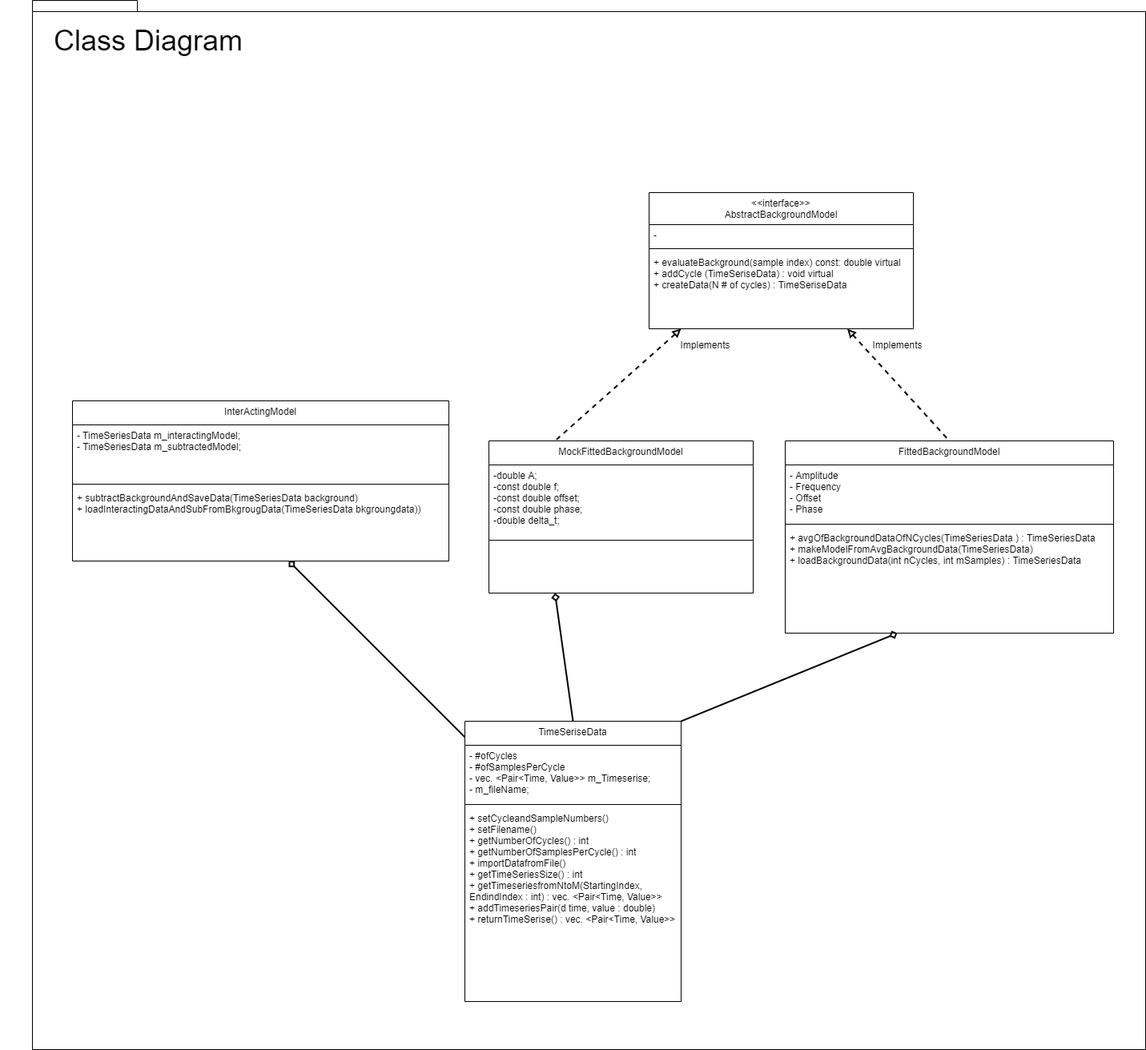
This is class_structure.png from palolz/BackgroundSubtraction, a draw.io export, as it was before one commit. Source tidied: cells renumbered, new cells last; positions are measured from the earlier drawing's top-left corner, leaving out a move shared by most shapes.
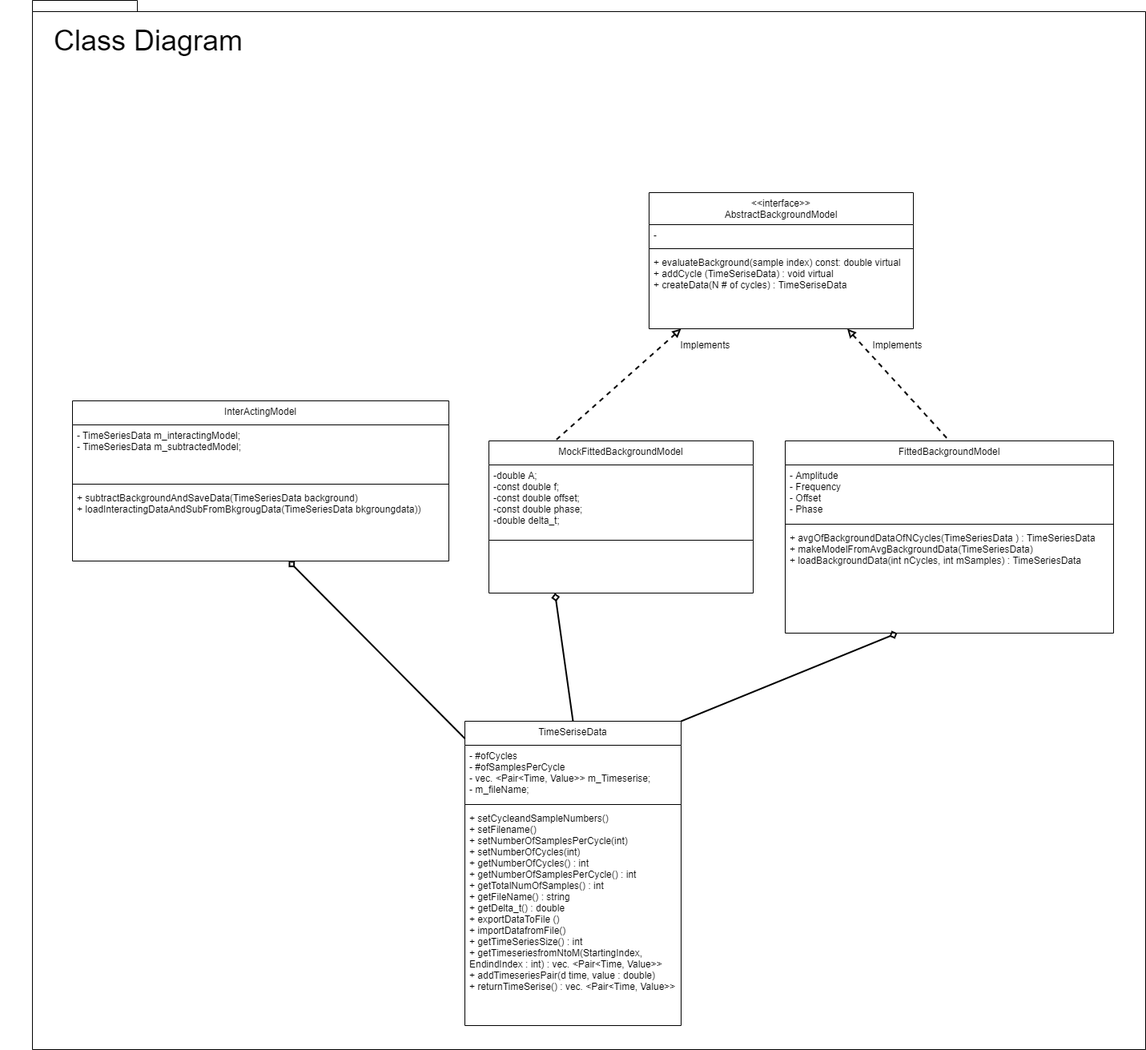
After the change.

Commit message:
updated the class structure diagram

Diff of the diagram source:
```diff
@@ -6,7 +6,7 @@
       <mxGeometry x="40" width="1390" height="1310" as="geometry" />
     </mxCell>
     <mxCell id="3" value="TimeSeriseData" style="swimlane;fontStyle=0;align=center;verticalAlign=top;horizontal=1;startSize=30;rounded=0;shadow=0;strokeWidth=1;" parent="1" vertex="1">
-      <mxGeometry x="580" y="900" width="270" height="350" as="geometry" />
+      <mxGeometry x="580" y="900" width="270" height="380" as="geometry" />
     </mxCell>
     <mxCell id="4" value="- #ofCycles&#10;- #ofSamplesPerCycle&#10;- vec. &lt;Pair&lt;Time, Value&gt;&gt; m_Timeserise;&#10;- m_fileName;" style="text;align=left;verticalAlign=top;spacingLeft=4;spacingRight=4;overflow=hidden;" parent="3" vertex="1">
       <mxGeometry y="30" width="270" height="70" as="geometry" />
@@ -14,8 +14,8 @@
     <mxCell id="5" style="line;html=1;strokeWidth=1;align=left;verticalAlign=middle;spacingTop=-1;spacingLeft=3;spacingRight=3;labelPosition=right;" parent="3" vertex="1">
       <mxGeometry y="100" width="270" height="8" as="geometry" />
     </mxCell>
-    <mxCell id="6" value="+ setCycleandSampleNumbers()&#10;+ setFilename()&#10;+ getNumberOfCycles() : int&#10;+ getNumberOfSamplesPerCycle() : int&#10;+ importDatafromFile()&#10;+ getTimeSeriesSize() : int&#10;+ getTimeseriesfromNtoM(StartingIndex, &#10;EndindIndex : int) : vec. &lt;Pair&lt;Time, Value&gt;&gt;&#10;+ addTimeseriesPair(d time, value : double)&#10;+ returnTimeSerise() : vec. &lt;Pair&lt;Time, Value&gt;&gt;&#10;" style="text;align=left;verticalAlign=top;spacingLeft=4;spacingRight=4;overflow=hidden;" parent="3" vertex="1">
-      <mxGeometry y="108" width="270" height="242" as="geometry" />
+    <mxCell id="6" value="+ setCycleandSampleNumbers()&#10;+ setFilename() &#10;+ setNumberOfSamplesPerCycle(int) &#10;+ setNumberOfCycles(int)&#10;+ getNumberOfCycles() : int&#10;+ getNumberOfSamplesPerCycle() : int&#10;+ getTotalNumOfSamples() : int&#10;+ getFileName() : string&#10;+ getDelta_t() : double&#10;+ exportDataToFile ()&#10;+ importDatafromFile()&#10;+ getTimeSeriesSize() : int&#10;+ getTimeseriesfromNtoM(StartingIndex, &#10;EndindIndex : int) : vec. &lt;Pair&lt;Time, Value&gt;&gt;&#10;+ addTimeseriesPair(d time, value : double)&#10;+ returnTimeSerise() : vec. &lt;Pair&lt;Time, Value&gt;&gt;&#10;" style="text;align=left;verticalAlign=top;spacingLeft=4;spacingRight=4;overflow=hidden;" parent="3" vertex="1">
+      <mxGeometry y="108" width="270" height="272" as="geometry" />
     </mxCell>
     <mxCell id="7" value="&lt;&lt;interface&gt;&gt;&#10;AbstractBackgroundModel" style="swimlane;fontStyle=0;align=center;verticalAlign=top;horizontal=1;startSize=40;rounded=0;shadow=0;strokeWidth=1;" parent="1" vertex="1">
       <mxGeometry x="810" y="240" width="330" height="170" as="geometry" />
```
